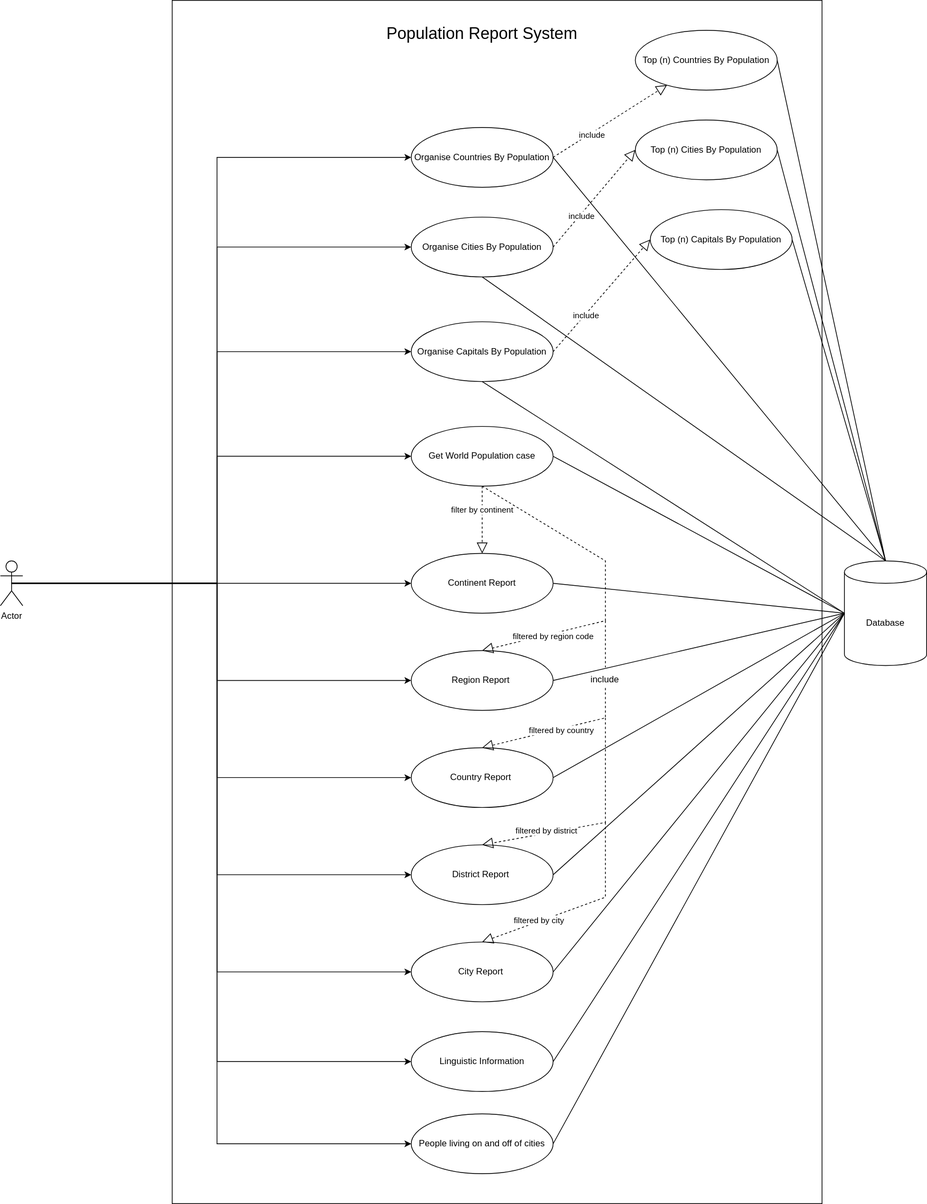
Earlier version of the draw.io export use-case-diagram.svg (zin-lin/WorldNapier). Source tidied: cells renumbered, new cells last; positions are measured from the earlier drawing's top-left corner, leaving out a move shared by most shapes.
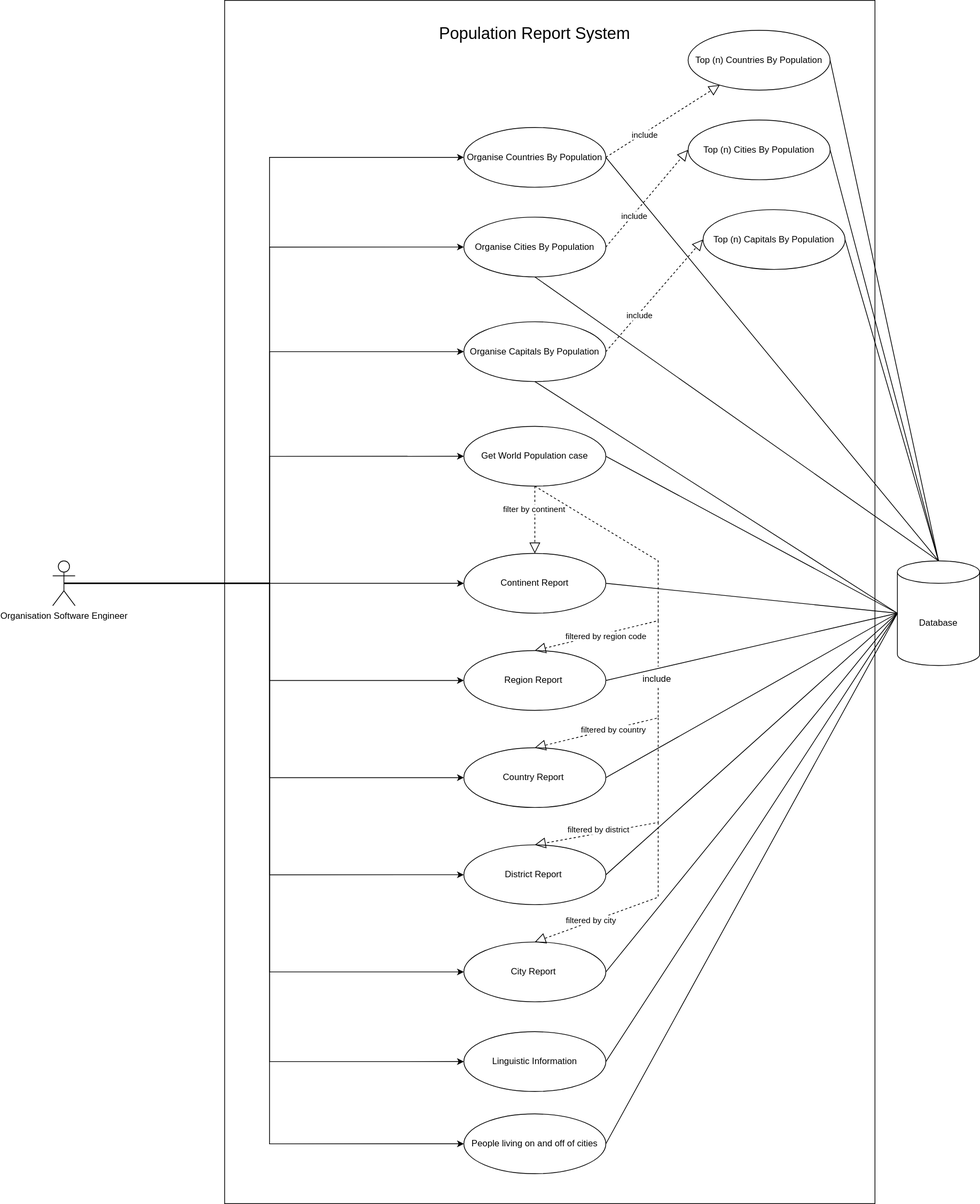
The same diagram one commit later.

Diff of the diagram source:
```diff
@@ -49,7 +49,7 @@
     <mxCell id="15" style="edgeStyle=orthogonalEdgeStyle;rounded=0;jettySize=auto;html=1;exitX=0.5;exitY=0.5;exitDx=0;exitDy=0;exitPerimeter=0;entryX=0;entryY=0.5;entryDx=0;entryDy=0;fontSize=22;" parent="1" edge="1" source="16" target="60">
       <mxGeometry relative="1" as="geometry" />
     </mxCell>
-    <mxCell id="16" value="Actor" style="shape=umlActor;verticalLabelPosition=bottom;verticalAlign=top;html=1;outlineConnect=0;" parent="1" vertex="1">
+    <mxCell id="16" value="Organisation Software Engineer" style="shape=umlActor;verticalLabelPosition=bottom;verticalAlign=top;html=1;outlineConnect=0;" parent="1" vertex="1">
       <mxGeometry y="750" width="30" height="60" as="geometry" />
     </mxCell>
     <mxCell id="17" style="endArrow=none;html=1;rounded=0;exitX=1;exitY=0.5;exitDx=0;exitDy=0;entryX=0;entryY=0.5;entryDx=0;entryDy=0;entryPerimeter=0;" parent="1" edge="1" source="3" target="4">
```
